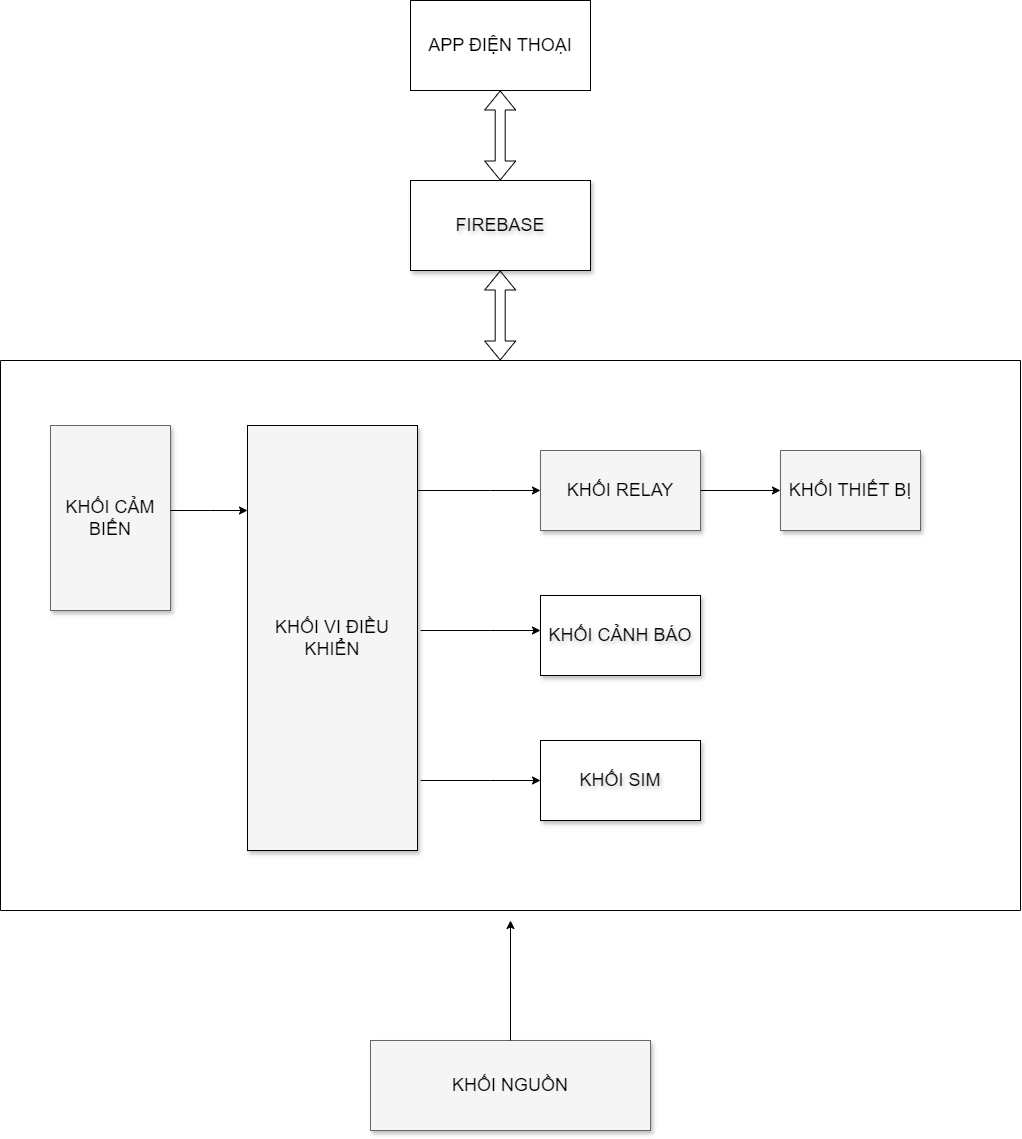
Before: block_diagram/Block_Diagram.drawio.png, a diagram exported from draw.io (imvietp/Final_Thesis). Source tidied: cells renumbered, new cells last; positions are measured from the earlier drawing's top-left corner, leaving out a move shared by most shapes.
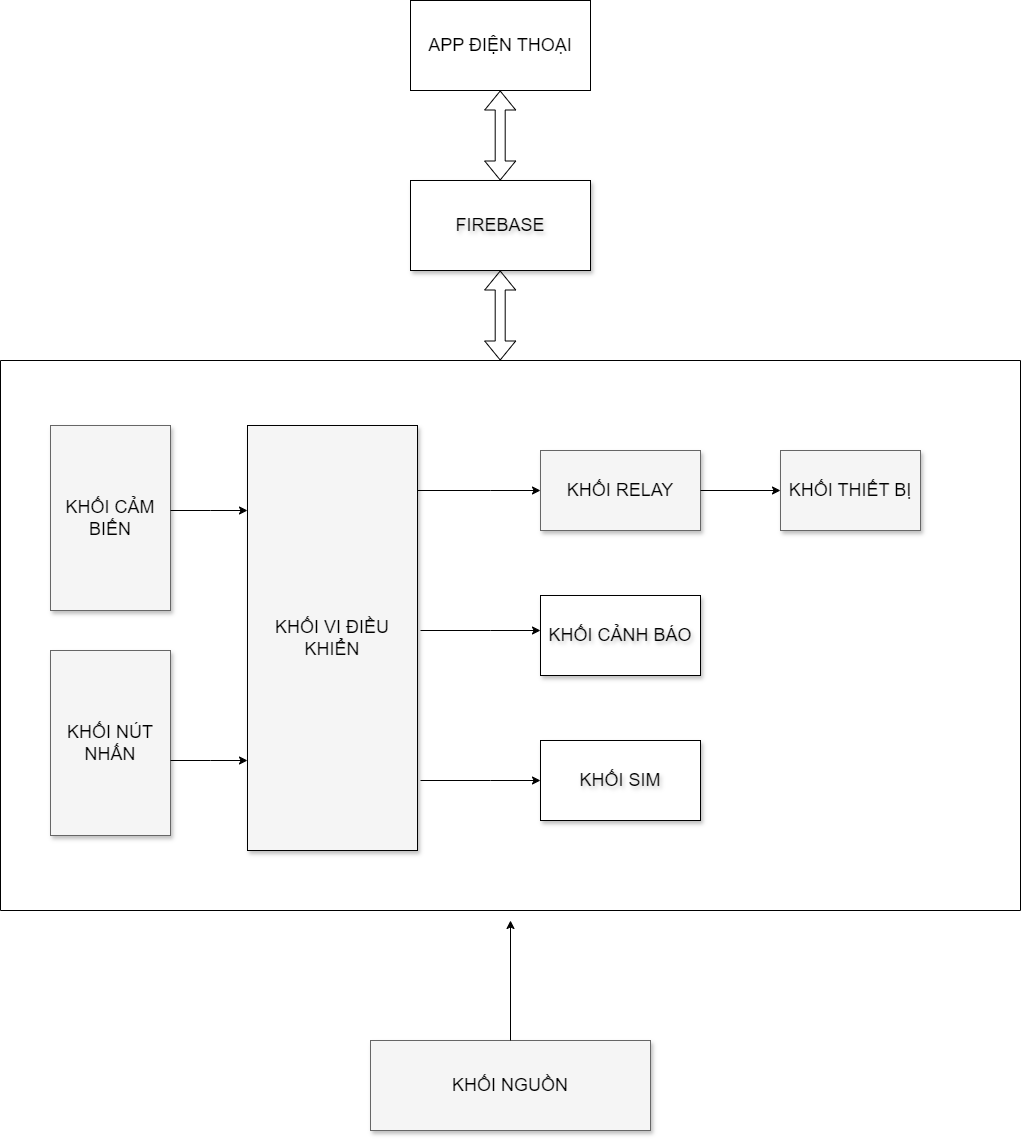
Later version of the same file.

Change to the diagram source:
```diff
@@ -72,6 +72,18 @@
         </Array>
       </mxGeometry>
     </mxCell>
+    <mxCell id="21" value="KHỐI NÚT NHẤN" style="whiteSpace=wrap;html=1;shadow=1;fontSize=18;fillColor=#f5f5f5;strokeColor=#666666;" parent="5" vertex="1">
+      <mxGeometry x="50" y="290" width="120" height="185" as="geometry" />
+    </mxCell>
+    <mxCell id="22" style="edgeStyle=elbowEdgeStyle;rounded=0;html=1;startArrow=none;startFill=0;jettySize=auto;orthogonalLoop=1;fontSize=18;elbow=vertical;" parent="5" edge="1">
+      <mxGeometry relative="1" as="geometry">
+        <mxPoint x="170" y="400" as="sourcePoint" />
+        <mxPoint x="247" y="400" as="targetPoint" />
+        <Array as="points">
+          <mxPoint x="210" y="400" />
+        </Array>
+      </mxGeometry>
+    </mxCell>
     <mxCell id="18" style="endArrow=classic;html=1;rounded=0;exitX=0.5;exitY=0;exitDx=0;exitDy=0;" parent="1" edge="1" source="2">
       <mxGeometry relative="1" as="geometry">
         <mxPoint x="510" y="920" as="targetPoint" />
```
